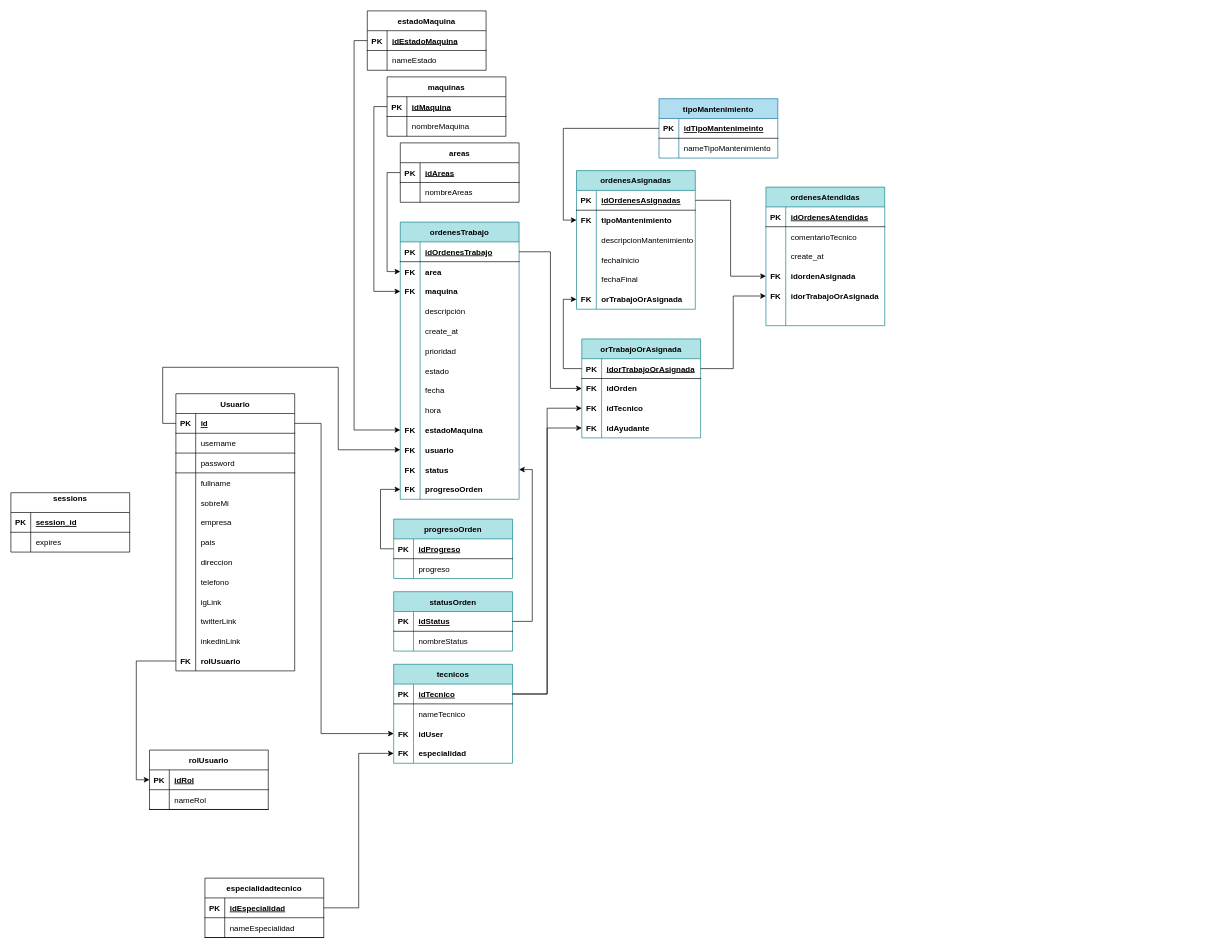
Earlier version of the draw.io diagram database/bbdd.drawio (gitbatmanhub/CeroPapel). Source tidied: cells renumbered, new cells numbered last; positions are measured from the earlier drawing's top-left corner, leaving out a move shared by most shapes. Both pictures are drawn from the tidied source at 66%, with x=0, y=0 at pixel (11, 11).
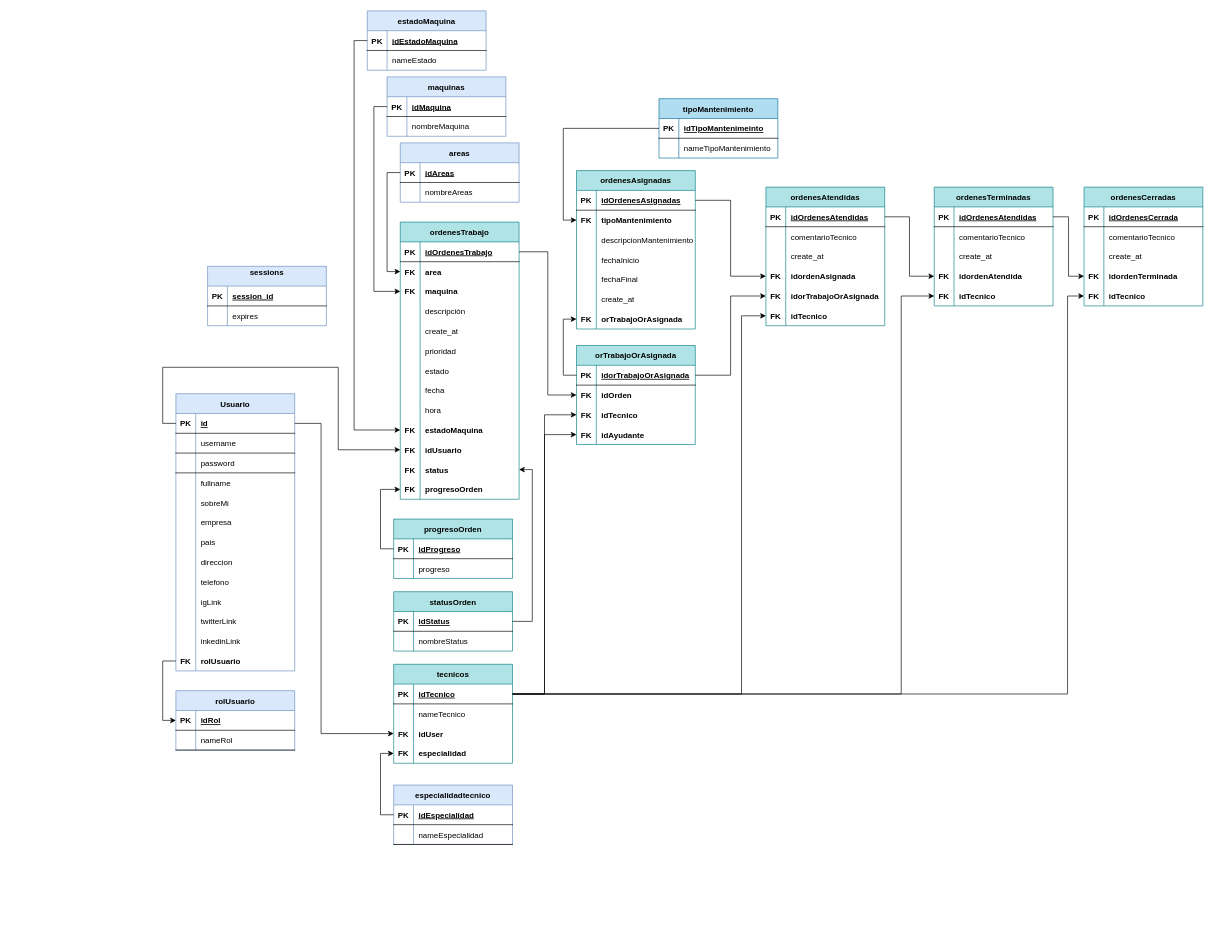
Above is the later version.

Commit message:
Proceso principal terminado bbdd.drawio

Unchanged cells that the change refers to:
```xml
<mxCell id="90" style="shape=tableRow;horizontal=0;startSize=0;swimlaneHead=0;swimlaneBody=0;fillColor=none;points=[[0,0.5],[1,0.5]];portConstraint=eastwest;top=0;left=0;right=0;bottom=0;" parent="59" vertex="1">
  <mxGeometry y="330" width="180" height="30" as="geometry" />
</mxCell>
<mxCell id="142" style="shape=tableRow;horizontal=0;startSize=0;swimlaneHead=0;swimlaneBody=0;fillColor=none;points=[[0,0.5],[1,0.5]];portConstraint=eastwest;top=0;left=0;right=0;bottom=1;" parent="141" vertex="1">
  <mxGeometry y="30" width="180" height="30" as="geometry" />
</mxCell>
<mxCell id="186" style="shape=tableRow;horizontal=0;startSize=0;swimlaneHead=0;swimlaneBody=0;fillColor=none;points=[[0,0.5],[1,0.5]];portConstraint=eastwest;top=0;left=0;right=0;bottom=0;fontStyle=1;" parent="170" vertex="1">
  <mxGeometry y="180" width="180" height="30" as="geometry" />
</mxCell>
<mxCell id="190" style="shape=tableRow;horizontal=0;startSize=0;swimlaneHead=0;swimlaneBody=0;fillColor=none;points=[[0,0.5],[1,0.5]];portConstraint=eastwest;top=0;left=0;right=0;bottom=1;" parent="189" vertex="1">
  <mxGeometry y="30" width="180" height="30" as="geometry" />
</mxCell>
<mxCell id="207" style="shape=tableRow;horizontal=0;startSize=0;swimlaneHead=0;swimlaneBody=0;fillColor=none;points=[[0,0.5],[1,0.5]];portConstraint=eastwest;top=0;left=0;right=0;bottom=1;" parent="206" vertex="1">
  <mxGeometry y="30" width="180" height="30" as="geometry" />
</mxCell>
<mxCell id="222" style="shape=tableRow;horizontal=0;startSize=0;swimlaneHead=0;swimlaneBody=0;fillColor=none;points=[[0,0.5],[1,0.5]];portConstraint=eastwest;top=0;left=0;right=0;bottom=0;" parent="206" vertex="1">
  <mxGeometry y="180" width="180" height="30" as="geometry" />
</mxCell>
```

The edit, as a diff of the source:
```diff
@@
-    <mxCell id="2" value="Usuario" style="shape=table;startSize=30;childLayout=tableLayout;rowLines=0;fontStyle=1;align=center;" parent="1" vertex="1">
+    <mxCell id="2" value="Usuario" style="shape=table;startSize=30;childLayout=tableLayout;rowLines=0;fontStyle=1;align=center;fillColor=#dae8fc;strokeColor=#6c8ebf;" parent="1" vertex="1">
       <mxGeometry x="250" y="580" width="180" height="420" as="geometry" />
     </mxCell>
@@
-    <mxCell id="45" value="rolUsuario" style="shape=table;startSize=30;childLayout=tableLayout;rowLines=0;fontStyle=1;align=center;" parent="1" vertex="1">
-      <mxGeometry x="210" y="1120" width="180" height="90" as="geometry" />
+    <mxCell id="45" value="rolUsuario" style="shape=table;startSize=30;childLayout=tableLayout;rowLines=0;fontStyle=1;align=center;fillColor=#dae8fc;strokeColor=#6c8ebf;" parent="1" vertex="1">
+      <mxGeometry x="250" y="1030" width="180" height="90" as="geometry" />
     </mxCell>
@@
-    <mxCell id="52" value="especialidadtecnico" style="shape=table;startSize=30;childLayout=tableLayout;rowLines=0;fontStyle=1;align=center;" parent="1" vertex="1">
-      <mxGeometry x="294" y="1314" width="180" height="90" as="geometry" />
+    <mxCell id="52" value="especialidadtecnico" style="shape=table;startSize=30;childLayout=tableLayout;rowLines=0;fontStyle=1;align=center;fillColor=#dae8fc;strokeColor=#6c8ebf;" parent="1" vertex="1">
+      <mxGeometry x="580" y="1173" width="180" height="90" as="geometry" />
     </mxCell>
@@
-    <mxCell id="92" value="usuario" style="shape=partialRectangle;fillColor=none;top=0;left=0;bottom=0;right=0;align=left;spacingLeft=6;overflow=hidden;fontStyle=1;" parent="90" vertex="1">
+    <mxCell id="92" value="idUsuario" style="shape=partialRectangle;fillColor=none;top=0;left=0;bottom=0;right=0;align=left;spacingLeft=6;overflow=hidden;fontStyle=1;" parent="90" vertex="1">
       <mxGeometry x="30" width="150" height="30" as="geometry" />
     </mxCell>
@@
-    <mxCell id="99" value="estadoMaquina" style="shape=table;startSize=30;childLayout=tableLayout;rowLines=0;fontStyle=1;align=center;" parent="1" vertex="1">
+    <mxCell id="99" value="estadoMaquina" style="shape=table;startSize=30;childLayout=tableLayout;rowLines=0;fontStyle=1;align=center;fillColor=#dae8fc;strokeColor=#6c8ebf;" parent="1" vertex="1">
       <mxGeometry x="540" width="180" height="90" as="geometry" />
     </mxCell>
@@
-    <mxCell id="106" value="sessions&#10;" style="shape=table;startSize=30;childLayout=tableLayout;rowLines=0;fontStyle=1;align=center;" parent="1" vertex="1">
-      <mxGeometry y="730" width="180" height="90" as="geometry" />
+    <mxCell id="106" value="sessions&#10;" style="shape=table;startSize=30;childLayout=tableLayout;rowLines=0;fontStyle=1;align=center;fillColor=#dae8fc;strokeColor=#6c8ebf;" parent="1" vertex="1">
+      <mxGeometry x="298" y="387" width="180" height="90" as="geometry" />
     </mxCell>
@@
-    <mxCell id="113" value="areas" style="shape=table;startSize=30;childLayout=tableLayout;rowLines=0;fontStyle=1;align=center;" parent="1" vertex="1">
+    <mxCell id="113" value="areas" style="shape=table;startSize=30;childLayout=tableLayout;rowLines=0;fontStyle=1;align=center;fillColor=#dae8fc;strokeColor=#6c8ebf;" parent="1" vertex="1">
       <mxGeometry x="590" y="200" width="180" height="90" as="geometry" />
     </mxCell>
@@
-    <mxCell id="120" value="maquinas" style="shape=table;startSize=30;childLayout=tableLayout;rowLines=0;fontStyle=1;align=center;" parent="1" vertex="1">
+    <mxCell id="120" value="maquinas" style="shape=table;startSize=30;childLayout=tableLayout;rowLines=0;fontStyle=1;align=center;fillColor=#dae8fc;strokeColor=#6c8ebf;" parent="1" vertex="1">
       <mxGeometry x="570" y="100" width="180" height="90" as="geometry" />
     </mxCell>
@@
     <mxCell id="170" value="ordenesAsignadas" style="shape=table;startSize=30;childLayout=tableLayout;rowLines=0;fontStyle=1;align=center;fillColor=#b0e3e6;strokeColor=#0e8088;" parent="1" vertex="1">
-      <mxGeometry x="857" y="242" width="180" height="210" as="geometry" />
+      <mxGeometry x="857" y="242" width="180" height="240" as="geometry" />
     </mxCell>
@@
-    <mxCell id="187" value="FK" style="shape=partialRectangle;fillColor=none;top=0;left=0;bottom=0;right=0;overflow=hidden;fontStyle=1;" parent="186" vertex="1">
+    <mxCell id="187" style="shape=partialRectangle;fillColor=none;top=0;left=0;bottom=0;right=0;overflow=hidden;fontStyle=1;" parent="186" vertex="1">
       <mxGeometry width="30" height="30" as="geometry" />
     </mxCell>
-    <mxCell id="188" value="orTrabajoOrAsignada" style="shape=partialRectangle;fillColor=none;top=0;left=0;bottom=0;right=0;align=left;spacingLeft=6;overflow=hidden;fontStyle=1;" parent="186" vertex="1">
+    <mxCell id="188" value="create_at" style="shape=partialRectangle;fillColor=none;top=0;left=0;bottom=0;right=0;align=left;spacingLeft=6;overflow=hidden;fontStyle=0;" parent="186" vertex="1">
       <mxGeometry x="30" width="150" height="30" as="geometry" />
     </mxCell>
+    <mxCell id="228" style="shape=tableRow;horizontal=0;startSize=0;swimlaneHead=0;swimlaneBody=0;fillColor=none;points=[[0,0.5],[1,0.5]];portConstraint=eastwest;top=0;left=0;right=0;bottom=0;fontStyle=1;" parent="170" vertex="1">
+      <mxGeometry y="210" width="180" height="30" as="geometry" />
+    </mxCell>
+    <mxCell id="229" value="FK" style="shape=partialRectangle;fillColor=none;top=0;left=0;bottom=0;right=0;overflow=hidden;fontStyle=1;" parent="228" vertex="1">
+      <mxGeometry width="30" height="30" as="geometry" />
+    </mxCell>
+    <mxCell id="230" value="orTrabajoOrAsignada" style="shape=partialRectangle;fillColor=none;top=0;left=0;bottom=0;right=0;align=left;spacingLeft=6;overflow=hidden;fontStyle=1;" parent="228" vertex="1">
+      <mxGeometry x="30" width="150" height="30" as="geometry" />
+    </mxCell>
     <mxCell id="189" value="orTrabajoOrAsignada" style="shape=table;startSize=30;childLayout=tableLayout;rowLines=0;fontStyle=1;align=center;fillColor=#b0e3e6;strokeColor=#0e8088;" parent="1" vertex="1">
-      <mxGeometry x="865" y="497" width="180" height="150" as="geometry" />
+      <mxGeometry x="857" y="507" width="180" height="150" as="geometry" />
     </mxCell>
@@
-    <mxCell id="205" style="edgeStyle=orthogonalEdgeStyle;rounded=0;jettySize=auto;html=1;exitX=0;exitY=0.5;exitDx=0;exitDy=0;entryX=0;entryY=0.5;entryDx=0;entryDy=0;" parent="1" edge="1" source="190" target="186">
+    <mxCell id="205" style="edgeStyle=orthogonalEdgeStyle;rounded=0;jettySize=auto;html=1;exitX=0;exitY=0.5;exitDx=0;exitDy=0;entryX=0;entryY=0.5;entryDx=0;entryDy=0;" parent="1" edge="1" source="190" target="228">
       <mxGeometry relative="1" as="geometry" />
     </mxCell>
@@
-    <mxCell id="223" style="shape=partialRectangle;fillColor=none;top=0;left=0;bottom=0;right=0;overflow=hidden;fontStyle=1;" parent="222" vertex="1">
-      <mxGeometry width="30" height="30" as="geometry" />
-    </mxCell>
-    <mxCell id="224" style="shape=partialRectangle;fillColor=none;top=0;left=0;bottom=0;right=0;align=left;spacingLeft=6;overflow=hidden;fontStyle=1;" parent="222" vertex="1">
-      <mxGeometry x="30" width="150" height="30" as="geometry" />
-    </mxCell>
+    <mxCell id="231" value="FK" style="shape=partialRectangle;fillColor=none;top=0;left=0;bottom=0;right=0;overflow=hidden;fontStyle=1;" parent="222" vertex="1">
+      <mxGeometry width="30" height="30" as="geometry" />
+    </mxCell>
+    <mxCell id="232" value="idTecnico" style="shape=partialRectangle;fillColor=none;top=0;left=0;bottom=0;right=0;align=left;spacingLeft=6;overflow=hidden;fontStyle=1;" parent="222" vertex="1">
+      <mxGeometry x="30" width="150" height="30" as="geometry" />
+    </mxCell>
@@
+    <mxCell id="233" value="ordenesTerminadas" style="shape=table;startSize=30;childLayout=tableLayout;rowLines=0;fontStyle=1;align=center;fillColor=#b0e3e6;strokeColor=#0e8088;" parent="1" vertex="1">
+      <mxGeometry x="1399" y="267" width="180" height="180" as="geometry" />
+    </mxCell>
+    <mxCell id="234" style="shape=tableRow;horizontal=0;startSize=0;swimlaneHead=0;swimlaneBody=0;fillColor=none;points=[[0,0.5],[1,0.5]];portConstraint=eastwest;top=0;left=0;right=0;bottom=1;" parent="233" vertex="1">
+      <mxGeometry y="30" width="180" height="30" as="geometry" />
+    </mxCell>
+    <mxCell id="235" value="PK" style="shape=partialRectangle;fillColor=none;top=0;left=0;bottom=0;right=0;fontStyle=1;overflow=hidden;" parent="234" vertex="1">
+      <mxGeometry width="30" height="30" as="geometry" />
+    </mxCell>
+    <mxCell id="236" value="idOrdenesAtendidas" style="shape=partialRectangle;fillColor=none;top=0;left=0;bottom=0;right=0;align=left;spacingLeft=6;fontStyle=5;overflow=hidden;" parent="234" vertex="1">
+      <mxGeometry x="30" width="150" height="30" as="geometry" />
+    </mxCell>
+    <mxCell id="237" style="shape=tableRow;horizontal=0;startSize=0;swimlaneHead=0;swimlaneBody=0;fillColor=none;top=0;left=0;right=0;bottom=0;" parent="233" vertex="1">
+      <mxGeometry y="60" width="180" height="30" as="geometry" />
+    </mxCell>
+    <mxCell id="238" style="shape=partialRectangle;fillColor=none;top=0;left=0;bottom=0;right=0;overflow=hidden;" parent="237" vertex="1">
+      <mxGeometry width="30" height="30" as="geometry" />
+    </mxCell>
+    <mxCell id="239" value="comentarioTecnico" style="shape=partialRectangle;fillColor=none;top=0;left=0;bottom=0;right=0;align=left;spacingLeft=6;overflow=hidden;" parent="237" vertex="1">
+      <mxGeometry x="30" width="150" height="30" as="geometry" />
+    </mxCell>
+    <mxCell id="240" style="shape=tableRow;horizontal=0;startSize=0;swimlaneHead=0;swimlaneBody=0;fillColor=none;top=0;left=0;right=0;bottom=0;" parent="233" vertex="1">
+      <mxGeometry y="90" width="180" height="30" as="geometry" />
+    </mxCell>
+    <mxCell id="241" style="shape=partialRectangle;fillColor=none;top=0;left=0;bottom=0;right=0;overflow=hidden;" parent="240" vertex="1">
+      <mxGeometry width="30" height="30" as="geometry" />
+    </mxCell>
+    <mxCell id="242" value="create_at" style="shape=partialRectangle;fillColor=none;top=0;left=0;bottom=0;right=0;align=left;spacingLeft=6;overflow=hidden;" parent="240" vertex="1">
+      <mxGeometry x="30" width="150" height="30" as="geometry" />
+    </mxCell>
+    <mxCell id="243" style="shape=tableRow;horizontal=0;startSize=0;swimlaneHead=0;swimlaneBody=0;fillColor=none;points=[[0,0.5],[1,0.5]];portConstraint=eastwest;top=0;left=0;right=0;bottom=0;fontStyle=1;" parent="233" vertex="1">
+      <mxGeometry y="120" width="180" height="30" as="geometry" />
+    </mxCell>
+    <mxCell id="244" value="FK" style="shape=partialRectangle;fillColor=none;top=0;left=0;bottom=0;right=0;overflow=hidden;fontStyle=1;" parent="243" vertex="1">
+      <mxGeometry width="30" height="30" as="geometry" />
+    </mxCell>
+    <mxCell id="245" value="idordenAtendida" style="shape=partialRectangle;fillColor=none;top=0;left=0;bottom=0;right=0;align=left;spacingLeft=6;overflow=hidden;fontStyle=1;" parent="243" vertex="1">
+      <mxGeometry x="30" width="150" height="30" as="geometry" />
+    </mxCell>
+    <mxCell id="246" style="shape=tableRow;horizontal=0;startSize=0;swimlaneHead=0;swimlaneBody=0;fillColor=none;points=[[0,0.5],[1,0.5]];portConstraint=eastwest;top=0;left=0;right=0;bottom=0;fontStyle=1;" parent="233" vertex="1">
+      <mxGeometry y="150" width="180" height="30" as="geometry" />
+    </mxCell>
+    <mxCell id="247" value="FK" style="shape=partialRectangle;fillColor=none;top=0;left=0;bottom=0;right=0;overflow=hidden;fontStyle=1;" parent="246" vertex="1">
+      <mxGeometry width="30" height="30" as="geometry" />
+    </mxCell>
+    <mxCell id="248" value="idTecnico" style="shape=partialRectangle;fillColor=none;top=0;left=0;bottom=0;right=0;align=left;spacingLeft=6;overflow=hidden;fontStyle=1;" parent="246" vertex="1">
+      <mxGeometry x="30" width="150" height="30" as="geometry" />
+    </mxCell>
+    <mxCell id="249" style="edgeStyle=orthogonalEdgeStyle;rounded=0;jettySize=auto;html=1;exitX=1;exitY=0.5;exitDx=0;exitDy=0;entryX=0;entryY=0.5;entryDx=0;entryDy=0;" parent="1" edge="1" source="207" target="243">
+      <mxGeometry relative="1" as="geometry" />
+    </mxCell>
+    <mxCell id="250" value="ordenesCerradas" style="shape=table;startSize=30;childLayout=tableLayout;rowLines=0;fontStyle=1;align=center;fillColor=#b0e3e6;strokeColor=#0e8088;" parent="1" vertex="1">
+      <mxGeometry x="1626" y="267" width="180" height="180" as="geometry" />
+    </mxCell>
+    <mxCell id="251" style="shape=tableRow;horizontal=0;startSize=0;swimlaneHead=0;swimlaneBody=0;fillColor=none;top=0;left=0;right=0;bottom=1;" parent="250" vertex="1">
+      <mxGeometry y="30" width="180" height="30" as="geometry" />
+    </mxCell>
+    <mxCell id="252" value="PK" style="shape=partialRectangle;fillColor=none;top=0;left=0;bottom=0;right=0;fontStyle=1;overflow=hidden;" parent="251" vertex="1">
+      <mxGeometry width="30" height="30" as="geometry" />
+    </mxCell>
+    <mxCell id="253" value="idOrdenesCerrada" style="shape=partialRectangle;fillColor=none;top=0;left=0;bottom=0;right=0;align=left;spacingLeft=6;fontStyle=5;overflow=hidden;" parent="251" vertex="1">
+      <mxGeometry x="30" width="150" height="30" as="geometry" />
+    </mxCell>
+    <mxCell id="254" style="shape=tableRow;horizontal=0;startSize=0;swimlaneHead=0;swimlaneBody=0;fillColor=none;top=0;left=0;right=0;bottom=0;" parent="250" vertex="1">
+      <mxGeometry y="60" width="180" height="30" as="geometry" />
+    </mxCell>
+    <mxCell id="255" style="shape=partialRectangle;fillColor=none;top=0;left=0;bottom=0;right=0;overflow=hidden;" parent="254" vertex="1">
+      <mxGeometry width="30" height="30" as="geometry" />
+    </mxCell>
+    <mxCell id="256" value="comentarioTecnico" style="shape=partialRectangle;fillColor=none;top=0;left=0;bottom=0;right=0;align=left;spacingLeft=6;overflow=hidden;" parent="254" vertex="1">
+      <mxGeometry x="30" width="150" height="30" as="geometry" />
+    </mxCell>
+    <mxCell id="257" style="shape=tableRow;horizontal=0;startSize=0;swimlaneHead=0;swimlaneBody=0;fillColor=none;top=0;left=0;right=0;bottom=0;" parent="250" vertex="1">
+      <mxGeometry y="90" width="180" height="30" as="geometry" />
+    </mxCell>
+    <mxCell id="258" style="shape=partialRectangle;fillColor=none;top=0;left=0;bottom=0;right=0;overflow=hidden;" parent="257" vertex="1">
+      <mxGeometry width="30" height="30" as="geometry" />
+    </mxCell>
+    <mxCell id="259" value="create_at" style="shape=partialRectangle;fillColor=none;top=0;left=0;bottom=0;right=0;align=left;spacingLeft=6;overflow=hidden;" parent="257" vertex="1">
+      <mxGeometry x="30" width="150" height="30" as="geometry" />
+    </mxCell>
+    <mxCell id="260" style="shape=tableRow;horizontal=0;startSize=0;swimlaneHead=0;swimlaneBody=0;fillColor=none;points=[[0,0.5],[1,0.5]];portConstraint=eastwest;top=0;left=0;right=0;bottom=0;fontStyle=1;" parent="250" vertex="1">
+      <mxGeometry y="120" width="180" height="30" as="geometry" />
+    </mxCell>
+    <mxCell id="261" value="FK" style="shape=partialRectangle;fillColor=none;top=0;left=0;bottom=0;right=0;overflow=hidden;fontStyle=1;" parent="260" vertex="1">
+      <mxGeometry width="30" height="30" as="geometry" />
+    </mxCell>
+    <mxCell id="262" value="idordenTerminada" style="shape=partialRectangle;fillColor=none;top=0;left=0;bottom=0;right=0;align=left;spacingLeft=6;overflow=hidden;fontStyle=1;" parent="260" vertex="1">
+      <mxGeometry x="30" width="150" height="30" as="geometry" />
+    </mxCell>
+    <mxCell id="263" style="shape=tableRow;horizontal=0;startSize=0;swimlaneHead=0;swimlaneBody=0;fillColor=none;points=[[0,0.5],[1,0.5]];portConstraint=eastwest;top=0;left=0;right=0;bottom=0;fontStyle=1;" parent="250" vertex="1">
+      <mxGeometry y="150" width="180" height="30" as="geometry" />
+    </mxCell>
+    <mxCell id="264" value="FK" style="shape=partialRectangle;fillColor=none;top=0;left=0;bottom=0;right=0;overflow=hidden;fontStyle=1;" parent="263" vertex="1">
+      <mxGeometry width="30" height="30" as="geometry" />
+    </mxCell>
+    <mxCell id="265" value="idTecnico" style="shape=partialRectangle;fillColor=none;top=0;left=0;bottom=0;right=0;align=left;spacingLeft=6;overflow=hidden;fontStyle=1;" parent="263" vertex="1">
+      <mxGeometry x="30" width="150" height="30" as="geometry" />
+    </mxCell>
+    <mxCell id="266" style="edgeStyle=orthogonalEdgeStyle;rounded=0;jettySize=auto;html=1;exitX=1;exitY=0.5;exitDx=0;exitDy=0;entryX=0;entryY=0.5;entryDx=0;entryDy=0;" parent="1" edge="1" source="234" target="260">
+      <mxGeometry relative="1" as="geometry" />
+    </mxCell>
+    <mxCell id="267" style="edgeStyle=orthogonalEdgeStyle;rounded=0;jettySize=auto;html=1;exitX=1;exitY=0.5;exitDx=0;exitDy=0;entryX=0;entryY=0.5;entryDx=0;entryDy=0;" parent="1" edge="1" source="142" target="222">
+      <mxGeometry relative="1" as="geometry">
+        <Array as="points">
+          <mxPoint x="1107" y="1035" />
+          <mxPoint x="1107" y="462" />
+        </Array>
+      </mxGeometry>
+    </mxCell>
+    <mxCell id="268" style="edgeStyle=orthogonalEdgeStyle;rounded=0;jettySize=auto;html=1;exitX=1;exitY=0.5;exitDx=0;exitDy=0;" parent="1" edge="1" source="142" target="246">
+      <mxGeometry relative="1" as="geometry">
+        <Array as="points">
+          <mxPoint x="1349" y="1035" />
+          <mxPoint x="1349" y="432" />
+        </Array>
+      </mxGeometry>
+    </mxCell>
+    <mxCell id="269" style="edgeStyle=orthogonalEdgeStyle;rounded=0;jettySize=auto;html=1;exitX=1;exitY=0.5;exitDx=0;exitDy=0;entryX=0;entryY=0.5;entryDx=0;entryDy=0;" parent="1" edge="1" source="142" target="263">
+      <mxGeometry relative="1" as="geometry">
+        <Array as="points">
+          <mxPoint x="1601" y="1035" />
+          <mxPoint x="1601" y="432" />
+        </Array>
+      </mxGeometry>
+    </mxCell>
```
